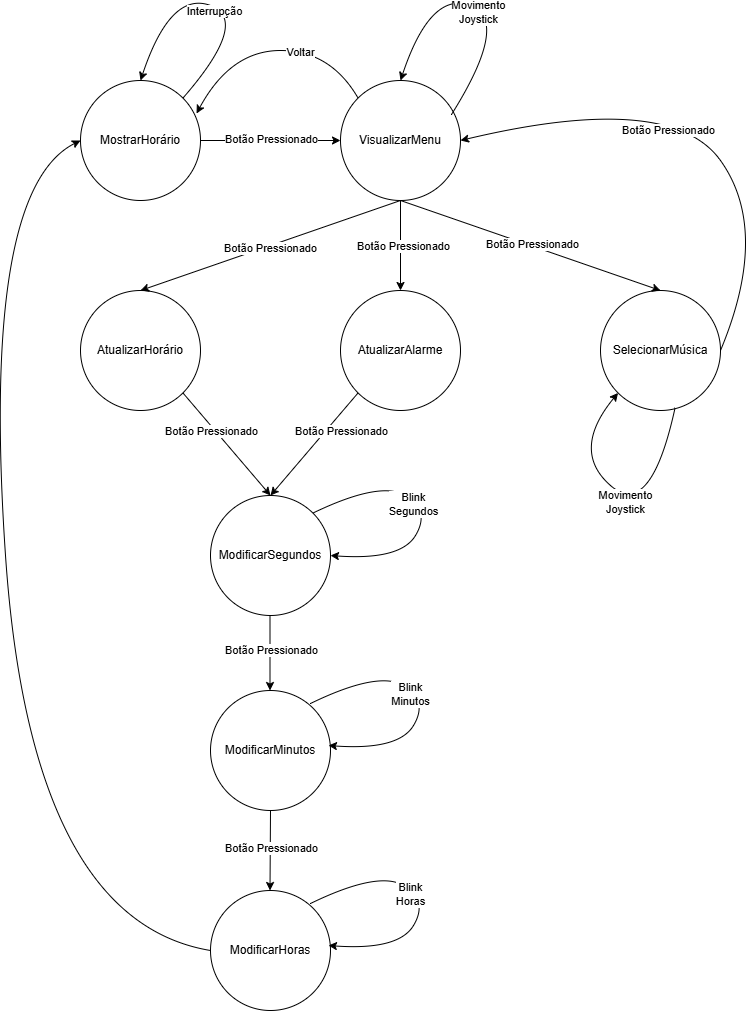
This is states_machines.png from filipeparreira/lab02-state-machine, a draw.io export, as it was before one commit. Source tidied: cells renumbered, new cells last; positions are measured from the earlier drawing's top-left corner, leaving out a move shared by most shapes.
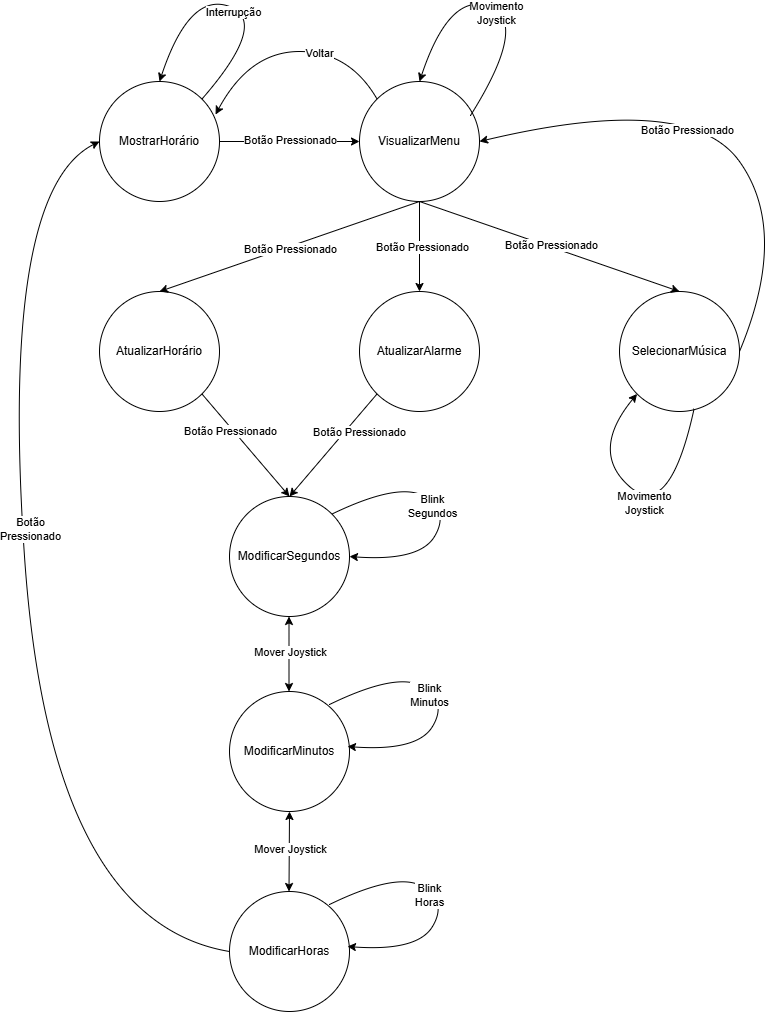
After the change.

Commit message:
UPD: Máquina de Estados

Change to the diagram source:
```diff
@@ -94,23 +94,23 @@
         <mxPoint x="-18" y="-13" as="offset" />
       </mxGeometry>
     </mxCell>
-    <mxCell id="26" style="endArrow=classic;html=1;exitX=0.5;exitY=1;exitDx=0;exitDy=0;entryX=0.5;entryY=0;entryDx=0;entryDy=0;" parent="1" edge="1">
+    <mxCell id="26" style="endArrow=classic;html=1;exitX=0.5;exitY=1;exitDx=0;exitDy=0;entryX=0.5;entryY=0;entryDx=0;entryDy=0;startArrow=classic;startFill=1;" parent="1" edge="1">
       <mxGeometry relative="1" as="geometry">
         <mxPoint x="289.5" y="625" as="sourcePoint" />
         <mxPoint x="289.5" y="700" as="targetPoint" />
       </mxGeometry>
     </mxCell>
-    <mxCell id="27" value="Botão Pressionado" style="edgeLabel;html=1;align=center;verticalAlign=middle;" parent="26" vertex="1">
+    <mxCell id="27" value="Mover Joystick" style="edgeLabel;html=1;align=center;verticalAlign=middle;" parent="26" vertex="1">
       <mxGeometry x="0.01" y="2" relative="1" as="geometry">
         <mxPoint x="-1" y="-3" as="offset" />
       </mxGeometry>
     </mxCell>
-    <mxCell id="28" style="endArrow=classic;html=1;exitX=0.5;exitY=1;exitDx=0;exitDy=0;entryX=0.5;entryY=0;entryDx=0;entryDy=0;" parent="1" edge="1" source="20">
+    <mxCell id="28" style="endArrow=classic;html=1;exitX=0.5;exitY=1;exitDx=0;exitDy=0;entryX=0.5;entryY=0;entryDx=0;entryDy=0;startArrow=classic;startFill=1;" parent="1" edge="1" source="20">
       <mxGeometry relative="1" as="geometry">
         <mxPoint x="289.5" y="900" as="targetPoint" />
       </mxGeometry>
     </mxCell>
-    <mxCell id="29" value="Botão Pressionado" style="edgeLabel;html=1;align=center;verticalAlign=middle;" parent="28" vertex="1">
+    <mxCell id="29" value="Mover Joystick" style="edgeLabel;html=1;align=center;verticalAlign=middle;" parent="28" vertex="1">
       <mxGeometry x="0.01" y="2" relative="1" as="geometry">
         <mxPoint x="-1" y="-3" as="offset" />
       </mxGeometry>
@@ -163,6 +163,11 @@
         </Array>
       </mxGeometry>
     </mxCell>
+    <mxCell id="43" value="Botão&lt;div&gt;Pressionado&lt;/div&gt;" style="edgeLabel;html=1;align=center;verticalAlign=middle;" parent="36" vertex="1">
+      <mxGeometry x="0.12" y="3" relative="1" as="geometry">
+        <mxPoint x="10" as="offset" />
+      </mxGeometry>
+    </mxCell>
     <mxCell id="37" style="curved=1;endArrow=classic;html=1;entryX=0;entryY=1;entryDx=0;entryDy=0;exitX=0.622;exitY=0.975;exitDx=0;exitDy=0;exitPerimeter=0;" parent="1" edge="1" source="16" target="16">
       <mxGeometry relative="1" as="geometry">
         <Array as="points">
```
